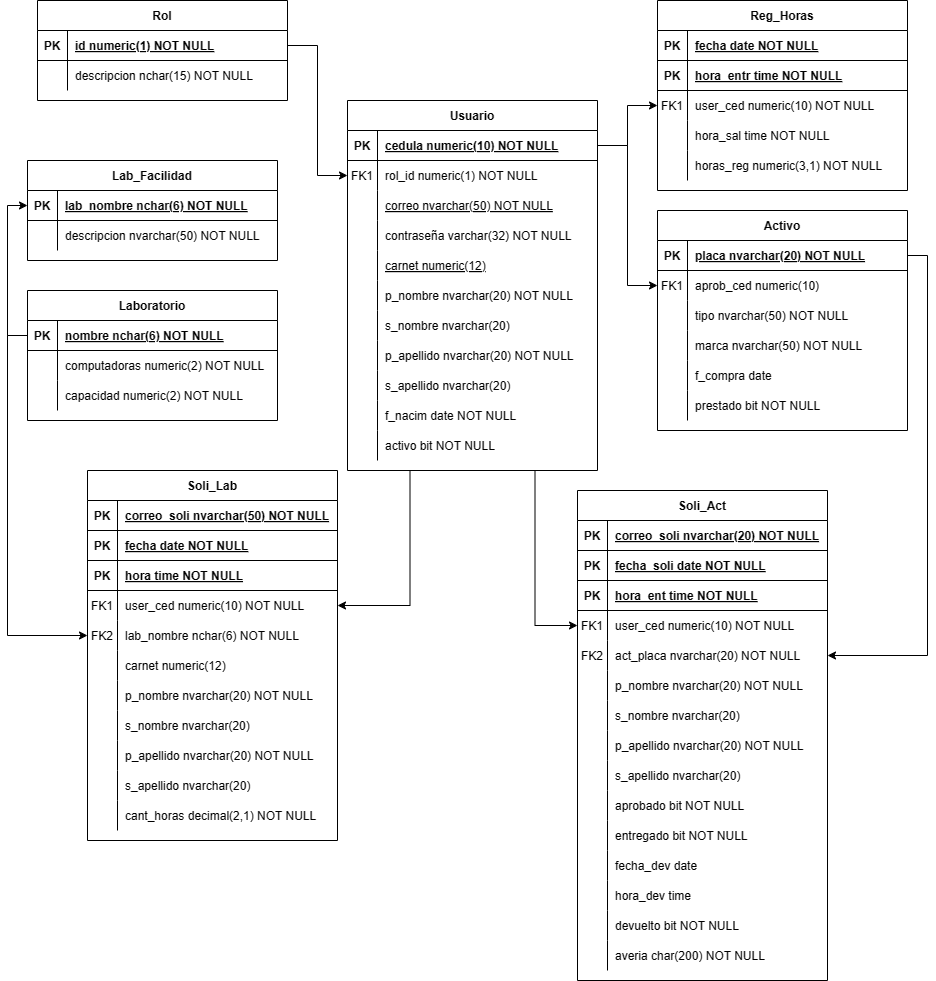
Above: Diagramas/Diagrama Relacional.png in ItsRichard7/OperaCE (draw.io), before the change. Source tidied: cells renumbered, new cells last; positions are measured from the earlier drawing's top-left corner, leaving out a move shared by most shapes.
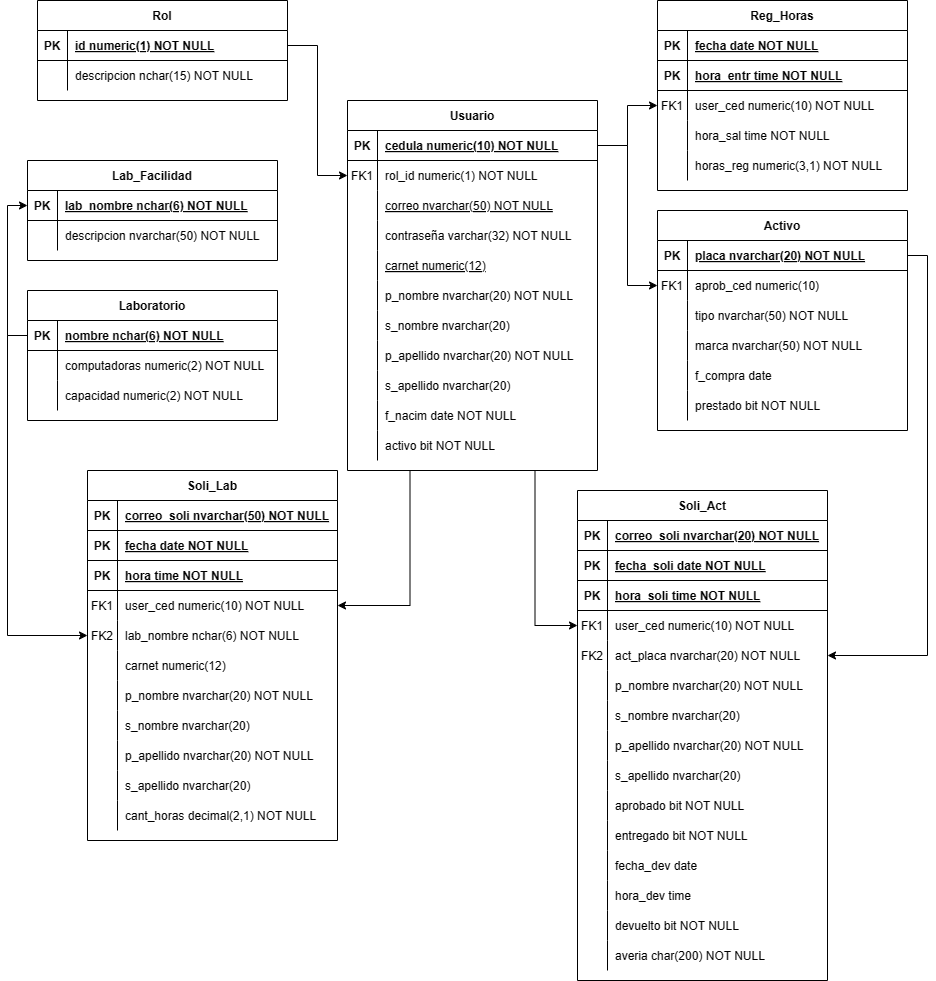
After the change.

Commit message:
Actualización de Diagramas

Change to the diagram source:
```diff
@@ -308,7 +308,7 @@
     <mxCell id="103" value="PK" style="shape=partialRectangle;overflow=hidden;fillColor=none;top=0;left=0;bottom=0;right=0;fontStyle=1;" parent="102" vertex="1">
       <mxGeometry width="30" height="30" as="geometry" />
     </mxCell>
-    <mxCell id="104" value="hora_ent time NOT NULL " style="shape=partialRectangle;overflow=hidden;fillColor=none;top=0;left=0;bottom=0;right=0;align=left;spacingLeft=6;fontStyle=5;" parent="102" vertex="1">
+    <mxCell id="104" value="hora_soli time NOT NULL " style="shape=partialRectangle;overflow=hidden;fillColor=none;top=0;left=0;bottom=0;right=0;align=left;spacingLeft=6;fontStyle=5;" parent="102" vertex="1">
       <mxGeometry x="30" width="220" height="30" as="geometry" />
     </mxCell>
     <mxCell id="105" style="shape=partialRectangle;fillColor=none;points=[[0,0.5],[1,0.5]];portConstraint=eastwest;top=0;left=0;right=0;bottom=0;" parent="95" vertex="1">
```
